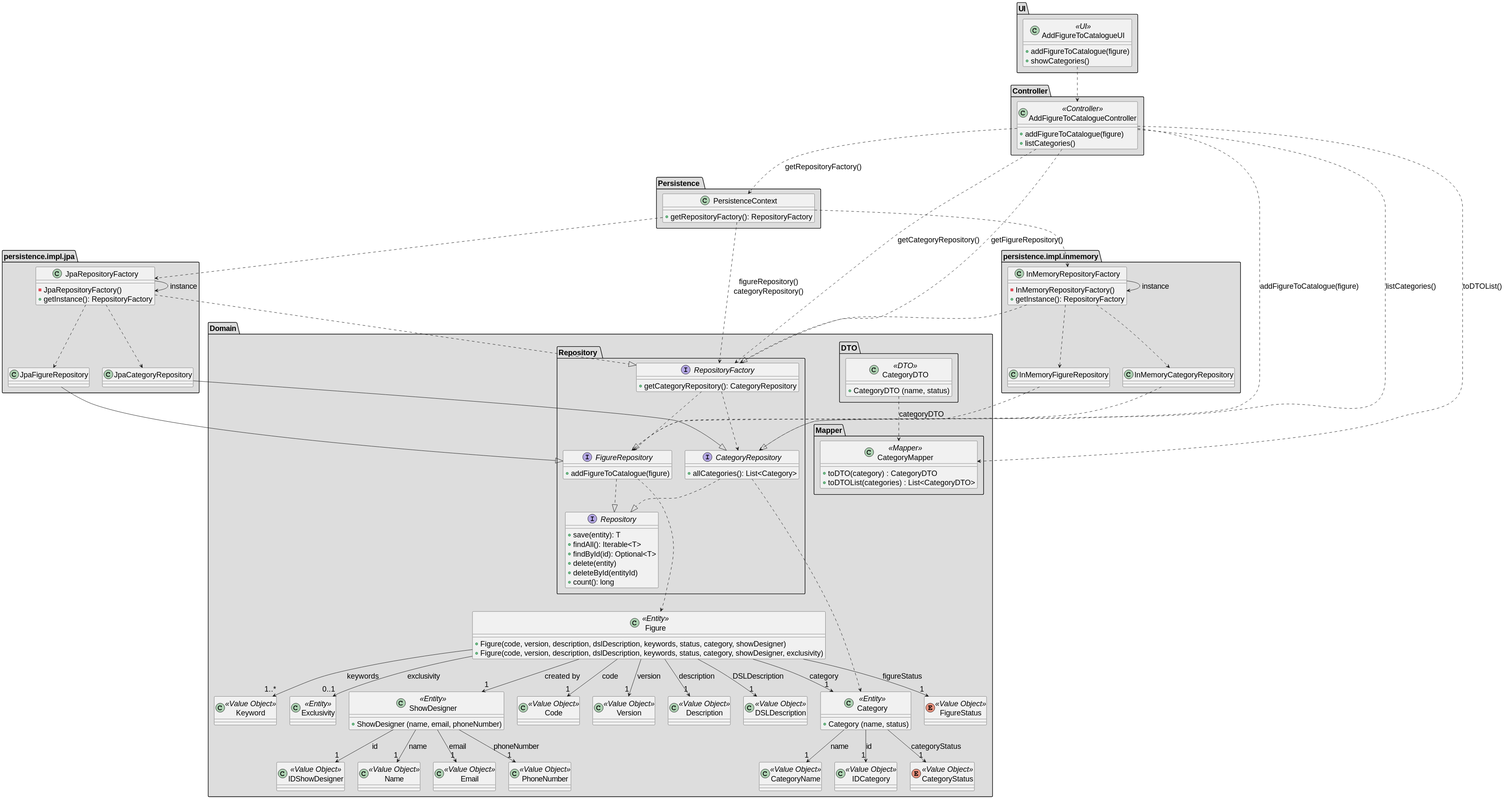
Earlier version of the PlantUML export docs/SPRINT_2/US233/images/class_diagram_us233.svg (diogoveirospro/sem4pi-2024-2025-sem4pi_2024_2025_g44).
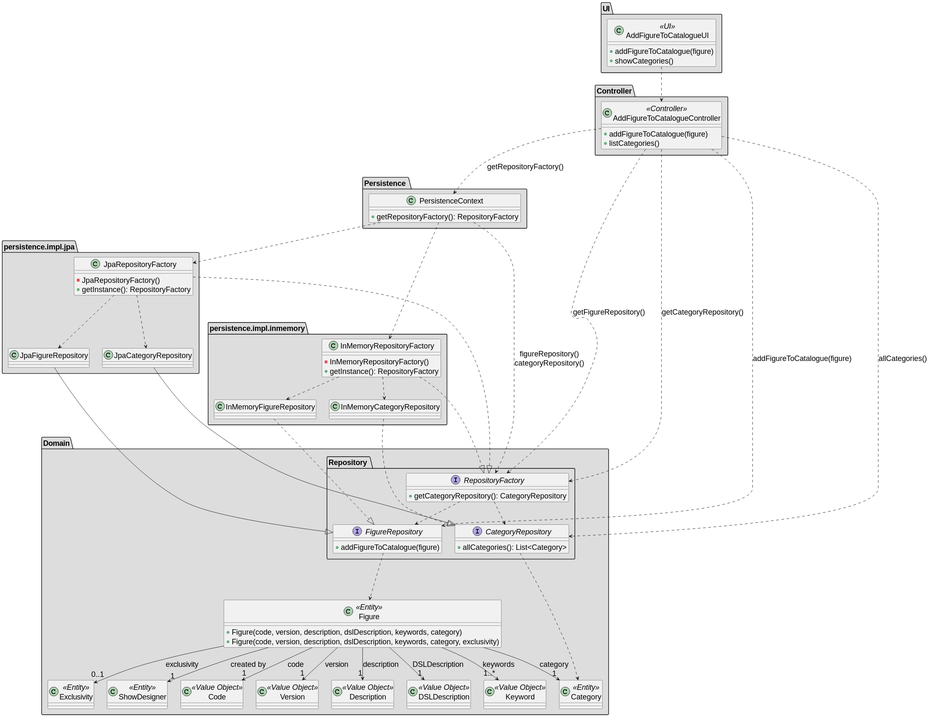
Later version of the same file.

The edit, as a diff of the source:
```diff
@@ -37,29 +37,7 @@
 
 package "Domain" #DDDDDD {
 
-    package "DTO" #DDDDDD {
-        class CategoryDTO <<DTO>> {
-            + CategoryDTO (name, status)
-        }
-    }
-
-    package "Mapper" #DDDDDD {
-        class CategoryMapper <<Mapper>> {
-            + toDTO(category) : CategoryDTO
-            + toDTOList(categories) : List<CategoryDTO>
-        }
-    }
-
     package "Repository " #DDDDDD {
-        interface Repository {
-            + save(entity): T
-            + findAll(): Iterable<T>
-            + findById(id): Optional<T>
-            + delete(entity)
-            + deleteById(entityId)
-            + count(): long
-        }
-
 
         interface RepositoryFactory {
             + getCategoryRepository(): CategoryRepository
@@ -76,8 +54,8 @@
     }
 
     class Figure <<Entity>>{
-        + Figure(code, version, description, dslDescription, keywords, status, category, showDesigner)
-        + Figure(code, version, description, dslDescription, keywords, status, category, showDesigner, exclusivity)
+        + Figure(code, version, description, dslDescription, keywords, category)
+        + Figure(code, version, description, dslDescription, keywords, category, exclusivity)
     }
 
     class Code <<Value Object>>{
@@ -92,9 +70,6 @@
     class DSLDescription <<Value Object>>{
     }
 
-    enum FigureStatus <<Value Object>>{
-    }
-
     class Keyword <<Value Object>>{
     }
 
@@ -103,34 +78,10 @@
 
 
     class Category <<Entity>>{
-        + Category (name, status)
-    }
-
-    class IDCategory <<Value Object>>{
-    }
-
-    enum CategoryStatus <<Value Object>>{
-    }
-
-    class CategoryName <<Value Object>>{
     }
 
 
     class ShowDesigner <<Entity>>{
-        + ShowDesigner (name, email, phoneNumber)
-    }
-
-    class IDShowDesigner <<Value Object>>{
-    }
-
-
-    class Name <<Value Object>>{
-    }
-
-    class Email <<Value Object>>{
-    }
-
-    class PhoneNumber <<Value Object>>{
     }
 
 }
@@ -159,29 +110,22 @@
 
     JpaCategoryRepository --|> CategoryRepository
 
-    JpaRepositoryFactory ..|> RepositoryFactory
+    JpaRepositoryFactory ....|> RepositoryFactory
     JpaRepositoryFactory ..> JpaFigureRepository
     JpaRepositoryFactory ..> JpaCategoryRepository
-    JpaRepositoryFactory --> JpaRepositoryFactory: instance
 
 
     InMemoryFigureRepository ..|> FigureRepository
 
     InMemoryCategoryRepository ..|> CategoryRepository
 
-    InMemoryRepositoryFactory ..|> RepositoryFactory
+    InMemoryRepositoryFactory ...|> RepositoryFactory
     InMemoryRepositoryFactory ..> InMemoryFigureRepository
     InMemoryRepositoryFactory ..> InMemoryCategoryRepository
-    InMemoryRepositoryFactory --> InMemoryRepositoryFactory: instance
 
 
-    CategoryDTO ..> CategoryMapper : categoryDTO
-
-
-    FigureRepository ..|> Repository
     FigureRepository ...> Figure
 
-    CategoryRepository ..|> Repository
     CategoryRepository ...> Category
 
     RepositoryFactory ..> FigureRepository
@@ -193,19 +137,9 @@
     Figure --> "1" Code: code
     Figure --> "1" Version: version
     Figure --> "1" Description: description
-    Figure --> "1" FigureStatus: figureStatus
     Figure --> "1" Category: category
     Figure --> "1" ShowDesigner: created by
     Figure --> "0..1" Exclusivity: exclusivity
-
-    Category --> "1" IDCategory: id
-    Category --> "1" CategoryStatus: categoryStatus
-    Category --> "1" CategoryName: name
-
-    ShowDesigner --> "1" IDShowDesigner: id
-    ShowDesigner --> "1" Name: name
-    ShowDesigner --> "1" Email: email
-    ShowDesigner --> "1" PhoneNumber: phoneNumber
 
 
     AddFigureToCatalogueUI ..> AddFigureToCatalogueController
@@ -215,6 +149,5 @@
     AddFigureToCatalogueController ..> RepositoryFactory : getFigureRepository()
     AddFigureToCatalogueController ..> RepositoryFactory : getCategoryRepository()
     AddFigureToCatalogueController ..> FigureRepository : addFigureToCatalogue(figure)
-    AddFigureToCatalogueController ..> CategoryRepository : listCategories()
-    AddFigureToCatalogueController ..> CategoryMapper : toDTOList()
+    AddFigureToCatalogueController ..> CategoryRepository : allCategories()
 @enduml
```
